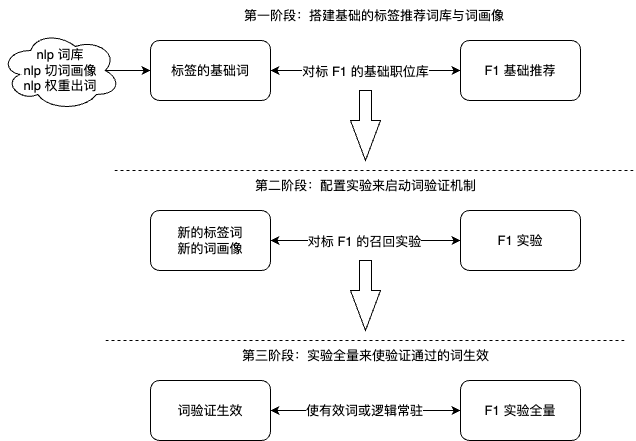
Above: work-draw-file/标签词分流方案.png in liujunao/draw-data (draw.io), before the change. Source tidied: cells renumbered, new cells last; positions are measured from the earlier drawing's top-left corner, leaving out a move shared by most shapes.
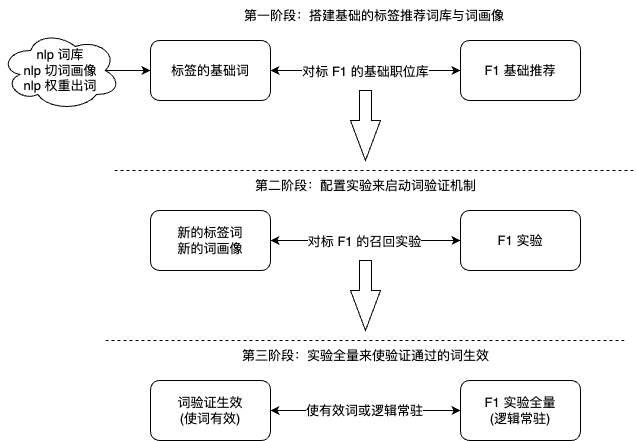
The same diagram one commit later.

Commit message:
更新标签词分流方案.png

What changed in the source:
```diff
@@ -59,10 +59,10 @@
     <mxCell id="18" value="nlp 词库&lt;br style=&quot;border-color: var(--border-color);&quot;&gt;nlp 切词画像&lt;br style=&quot;border-color: var(--border-color);&quot;&gt;nlp 权重出词" style="ellipse;shape=cloud;whiteSpace=wrap;html=1;" parent="1" vertex="1">
       <mxGeometry y="30" width="120" height="80" as="geometry" />
     </mxCell>
-    <mxCell id="19" value="词验证生效" style="rounded=1;whiteSpace=wrap;html=1;" parent="1" vertex="1">
+    <mxCell id="19" value="词验证生效&lt;br&gt;(使词有效)" style="rounded=1;whiteSpace=wrap;html=1;" parent="1" vertex="1">
       <mxGeometry x="150" y="380" width="120" height="60" as="geometry" />
     </mxCell>
-    <mxCell id="20" value="F1 实验全量" style="rounded=1;whiteSpace=wrap;html=1;" parent="1" vertex="1">
+    <mxCell id="20" value="F1 实验全量&lt;br&gt;(逻辑常驻)" style="rounded=1;whiteSpace=wrap;html=1;" parent="1" vertex="1">
       <mxGeometry x="460" y="380" width="120" height="60" as="geometry" />
     </mxCell>
     <mxCell id="21" style="endArrow=classic;startArrow=classic;html=1;rounded=0;entryX=0;entryY=0.5;entryDx=0;entryDy=0;exitX=1;exitY=0.5;exitDx=0;exitDy=0;" parent="1" edge="1" source="19" target="20">
```
